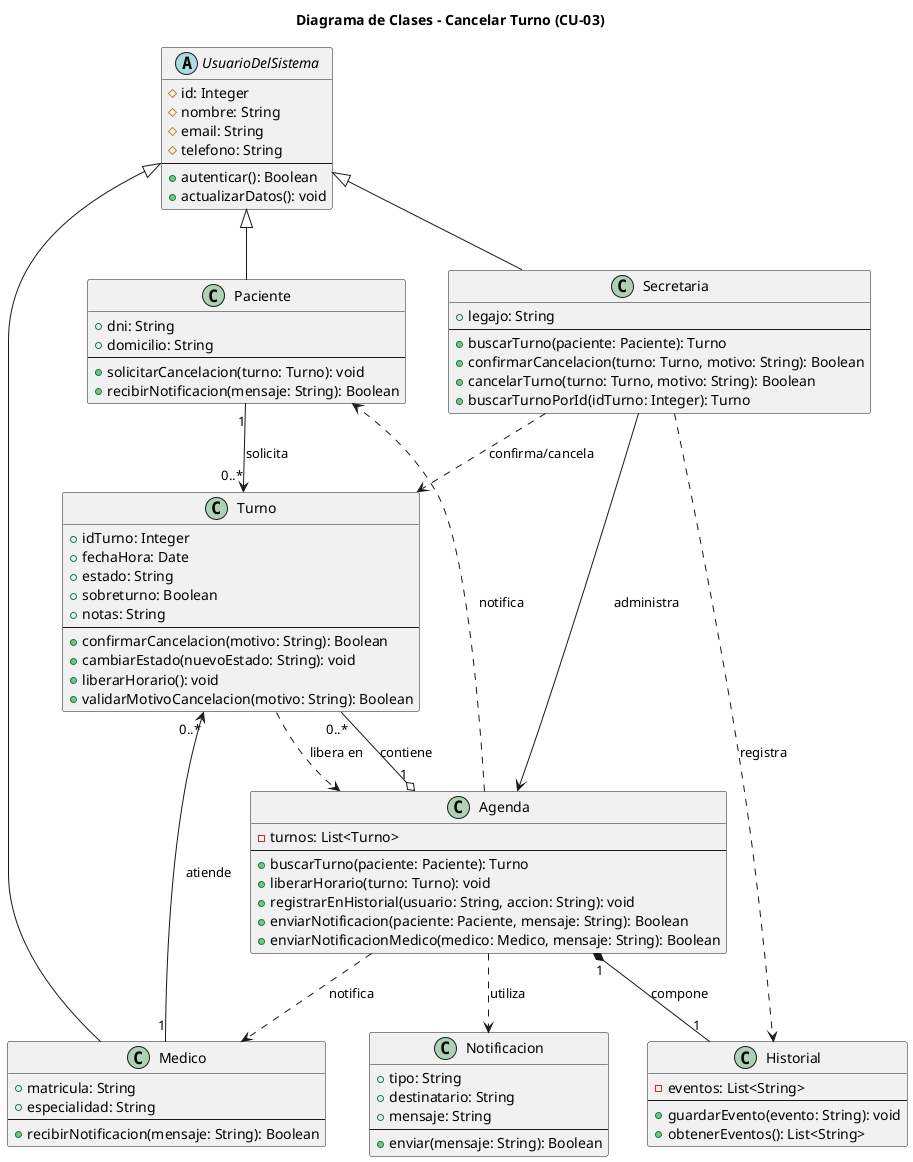
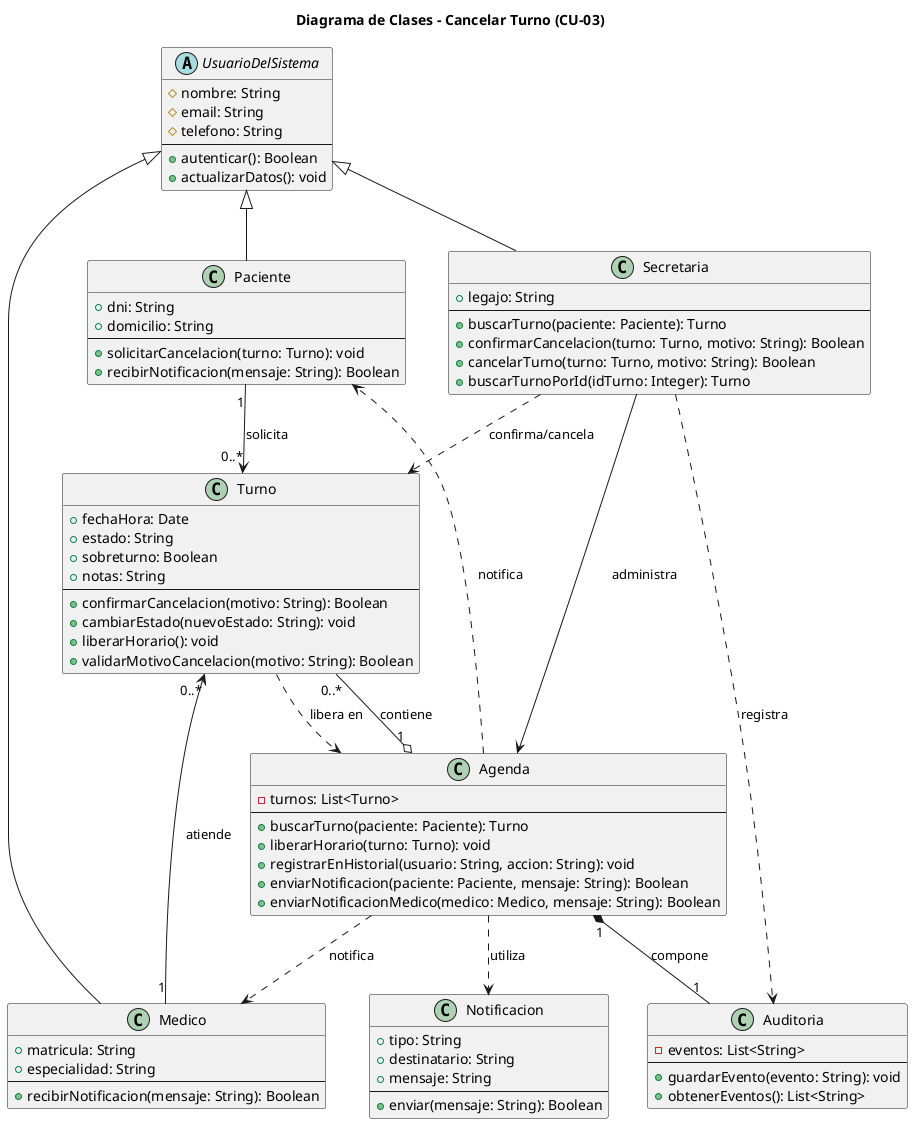
@startuml

title Diagrama de Clases - Cancelar Turno (CU-03)


abstract class UsuarioDelSistema {
-   # id: Integer
  # nombre: String
  # email: String
  # telefono: String
  --
  + autenticar(): Boolean
  + actualizarDatos(): void
}


class Paciente {
  + dni: String
  + domicilio: String
  --
  + solicitarCancelacion(turno: Turno): void
  + recibirNotificacion(mensaje: String): Boolean
}

class Secretaria {
  + legajo: String
  --
  + buscarTurno(paciente: Paciente): Turno
  + confirmarCancelacion(turno: Turno, motivo: String): Boolean
  + cancelarTurno(turno: Turno, motivo: String): Boolean
  + buscarTurnoPorId(idTurno: Integer): Turno
}

class Medico {
  + matricula: String
  + especialidad: String
  --
  + recibirNotificacion(mensaje: String): Boolean
}


class Turno {
-   + idTurno: Integer
  + fechaHora: Date
  + estado: String
  + sobreturno: Boolean
  + notas: String
  --
  + confirmarCancelacion(motivo: String): Boolean
  + cambiarEstado(nuevoEstado: String): void
  + liberarHorario(): void
  + validarMotivoCancelacion(motivo: String): Boolean
}

class Agenda {
  - turnos: List<Turno>
  --
  + buscarTurno(paciente: Paciente): Turno
  + liberarHorario(turno: Turno): void
  + registrarEnHistorial(usuario: String, accion: String): void
  + enviarNotificacion(paciente: Paciente, mensaje: String): Boolean
  + enviarNotificacionMedico(medico: Medico, mensaje: String): Boolean
}

- class Historial {
+ class Auditoria {
  - eventos: List<String>
  --
  + guardarEvento(evento: String): void
  + obtenerEventos(): List<String>
}

class Notificacion {
  + tipo: String
  + destinatario: String
  + mensaje: String
  --
  + enviar(mensaje: String): Boolean
}


UsuarioDelSistema <|-- Paciente
UsuarioDelSistema <|-- Secretaria
UsuarioDelSistema <|-- Medico

Paciente "1" --> "0..*" Turno : solicita
Medico "1" --> "0..*" Turno : atiende
Secretaria --> Agenda : administra
Secretaria ..> Turno : confirma/cancela
- Secretaria ..> Historial : registra
+ Secretaria ..> Auditoria : registra

Agenda "1" o-- "0..*" Turno : contiene
- Agenda "1" *-- "1" Historial : compone
+ Agenda "1" *-- "1" Auditoria : compone
Agenda ..> Notificacion : utiliza
Agenda ..> Paciente : notifica
Agenda ..> Medico : notifica

Turno ..> Agenda : libera en

@enduml